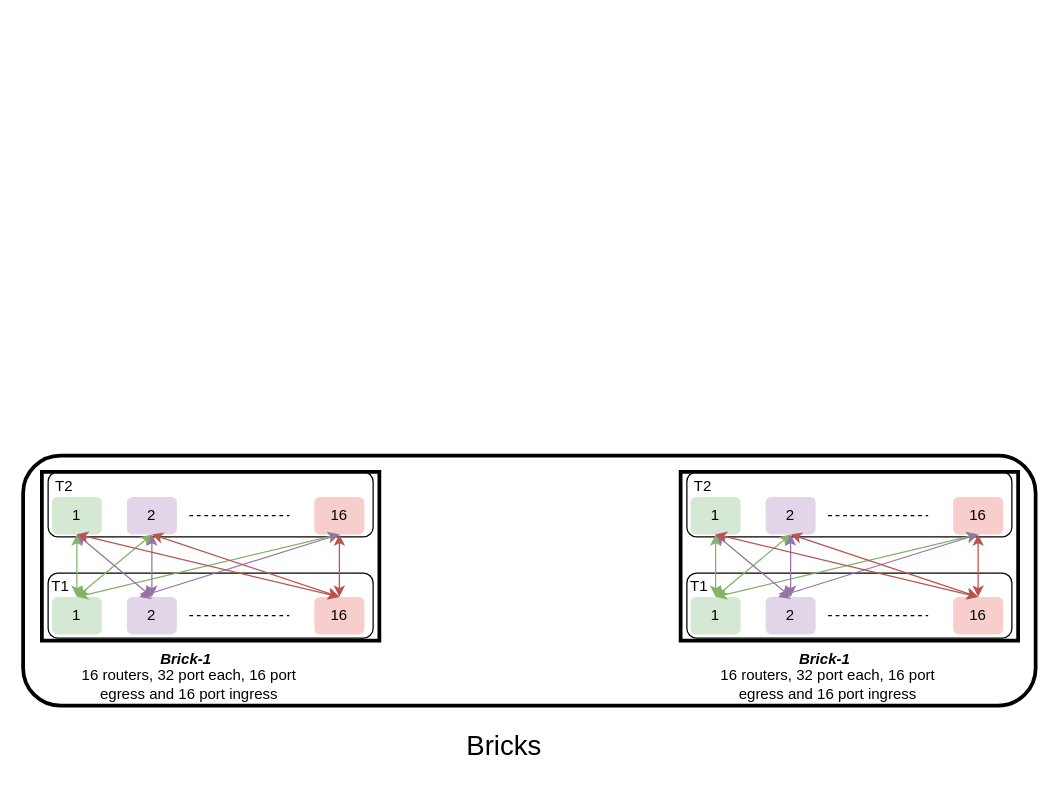
Above: aws-brick-spine-clos-network.drawio in sugchand/drawio (draw.io), before the change. Source tidied: cells renumbered, new cells numbered last; positions are measured from the earlier drawing's top-left corner, leaving out a move shared by most shapes. Both pictures are drawn from the tidied source at 125%, with x=0, y=0 at pixel (22, 455).
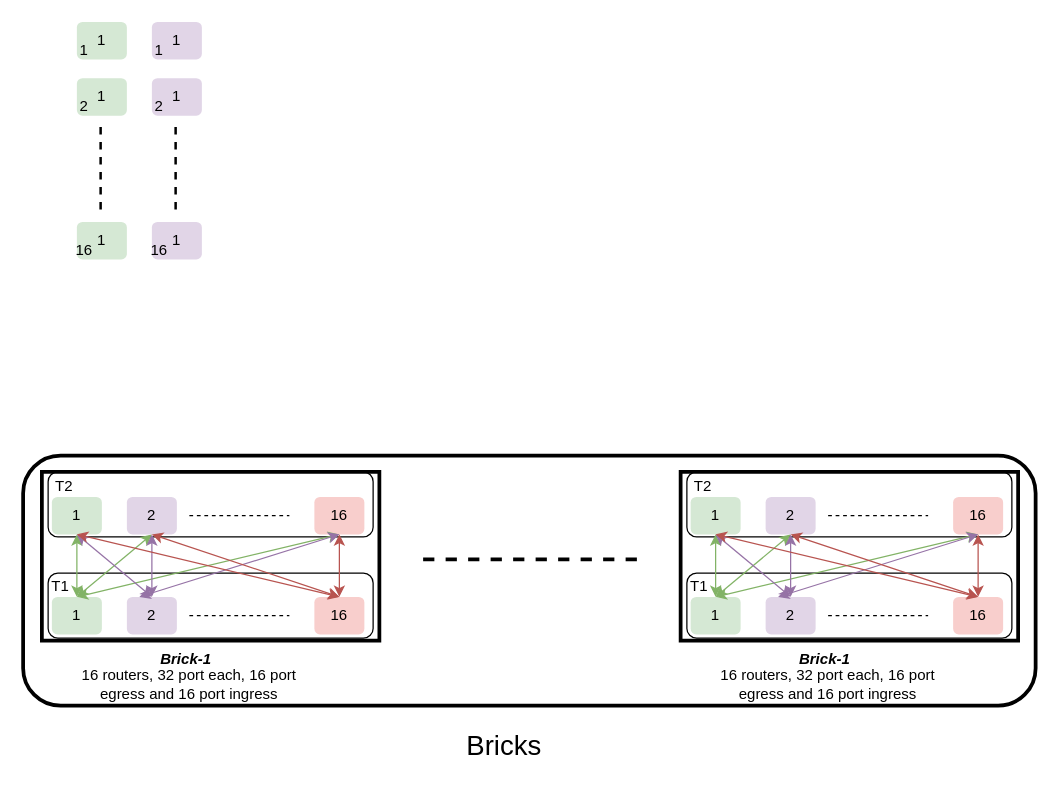
The same page after the edit.

Change to the diagram source:
```diff
@@
-    <mxCell id="2" style="endArrow=none;dashed=1;html=1;strokeWidth=3;" parent="1" edge="1">
-      <mxGeometry relative="1" as="geometry">
-        <mxPoint x="320" y="83" as="sourcePoint" />
-        <mxPoint x="500" y="83" as="targetPoint" />
-      </mxGeometry>
-    </mxCell>
-    <mxCell id="3" value="&lt;font style=&quot;font-size: 22px&quot;&gt;Bricks&lt;/font&gt;" style="text;html=1;strokeColor=none;fillColor=none;align=center;verticalAlign=middle;whiteSpace=wrap;rounded=0;" parent="1" vertex="1">
-      <mxGeometry x="365" y="223" width="40" height="20" as="geometry" />
-    </mxCell>
@@
+    <mxCell id="2" style="endArrow=none;dashed=1;html=1;strokeWidth=3;" parent="1" edge="1">
+      <mxGeometry relative="1" as="geometry">
+        <mxPoint x="320" y="83" as="sourcePoint" />
+        <mxPoint x="500" y="83" as="targetPoint" />
+      </mxGeometry>
+    </mxCell>
+    <mxCell id="3" value="&lt;font style=&quot;font-size: 22px&quot;&gt;Bricks&lt;/font&gt;" style="text;html=1;strokeColor=none;fillColor=none;align=center;verticalAlign=middle;whiteSpace=wrap;rounded=0;" parent="1" vertex="1">
+      <mxGeometry x="365" y="223" width="40" height="20" as="geometry" />
+    </mxCell>
@@
+    <mxCell id="55" style="group;" parent="1" vertex="1">
+      <mxGeometry x="43" y="-347" width="40" height="190" as="geometry" />
+    </mxCell>
+    <mxCell id="56" value="1" style="rounded=1;whiteSpace=wrap;html=1;fillColor=#d5e8d4;strokeColor=none;" parent="55" vertex="1">
+      <mxGeometry width="40" height="30" as="geometry" />
+    </mxCell>
+    <mxCell id="57" value="1" style="rounded=1;whiteSpace=wrap;html=1;fillColor=#d5e8d4;strokeColor=none;" parent="55" vertex="1">
+      <mxGeometry y="45" width="40" height="30" as="geometry" />
+    </mxCell>
+    <mxCell id="58" style="endArrow=none;dashed=1;html=1;strokeWidth=2;" parent="55" edge="1">
+      <mxGeometry relative="1" as="geometry">
+        <mxPoint x="19" y="150" as="sourcePoint" />
+        <mxPoint x="19" y="80" as="targetPoint" />
+      </mxGeometry>
+    </mxCell>
+    <mxCell id="59" value="1" style="rounded=1;whiteSpace=wrap;html=1;fillColor=#d5e8d4;strokeColor=none;" parent="55" vertex="1">
+      <mxGeometry y="160" width="40" height="30" as="geometry" />
+    </mxCell>
+    <mxCell id="60" value="1" style="text;html=1;strokeColor=none;fillColor=none;align=center;verticalAlign=middle;whiteSpace=wrap;rounded=0;" parent="55" vertex="1">
+      <mxGeometry y="15" width="12" height="15" as="geometry" />
+    </mxCell>
+    <mxCell id="61" value="2" style="text;html=1;strokeColor=none;fillColor=none;align=center;verticalAlign=middle;whiteSpace=wrap;rounded=0;" parent="55" vertex="1">
+      <mxGeometry y="60" width="12" height="15" as="geometry" />
+    </mxCell>
+    <mxCell id="62" value="16" style="text;html=1;strokeColor=none;fillColor=none;align=center;verticalAlign=middle;whiteSpace=wrap;rounded=0;" parent="55" vertex="1">
+      <mxGeometry y="175" width="12" height="15" as="geometry" />
+    </mxCell>
+    <mxCell id="63" value="1" style="rounded=1;whiteSpace=wrap;html=1;fillColor=#e1d5e7;strokeColor=none;" parent="1" vertex="1">
+      <mxGeometry x="103" y="-347" width="40" height="30" as="geometry" />
+    </mxCell>
+    <mxCell id="64" value="1" style="rounded=1;whiteSpace=wrap;html=1;fillColor=#e1d5e7;strokeColor=none;" parent="1" vertex="1">
+      <mxGeometry x="103" y="-302" width="40" height="30" as="geometry" />
+    </mxCell>
+    <mxCell id="65" style="endArrow=none;dashed=1;html=1;strokeWidth=2;" parent="1" edge="1">
+      <mxGeometry relative="1" as="geometry">
+        <mxPoint x="122" y="-197" as="sourcePoint" />
+        <mxPoint x="122" y="-267" as="targetPoint" />
+      </mxGeometry>
+    </mxCell>
+    <mxCell id="66" value="1" style="rounded=1;whiteSpace=wrap;html=1;fillColor=#e1d5e7;strokeColor=none;" parent="1" vertex="1">
+      <mxGeometry x="103" y="-187" width="40" height="30" as="geometry" />
+    </mxCell>
+    <mxCell id="67" value="1" style="text;html=1;strokeColor=none;fillColor=none;align=center;verticalAlign=middle;whiteSpace=wrap;rounded=0;" parent="1" vertex="1">
+      <mxGeometry x="103" y="-332" width="12" height="15" as="geometry" />
+    </mxCell>
+    <mxCell id="68" value="2" style="text;html=1;strokeColor=none;fillColor=none;align=center;verticalAlign=middle;whiteSpace=wrap;rounded=0;" parent="1" vertex="1">
+      <mxGeometry x="103" y="-287" width="12" height="15" as="geometry" />
+    </mxCell>
+    <mxCell id="69" value="16" style="text;html=1;strokeColor=none;fillColor=none;align=center;verticalAlign=middle;whiteSpace=wrap;rounded=0;" parent="1" vertex="1">
+      <mxGeometry x="103" y="-172" width="12" height="15" as="geometry" />
+    </mxCell>
```
